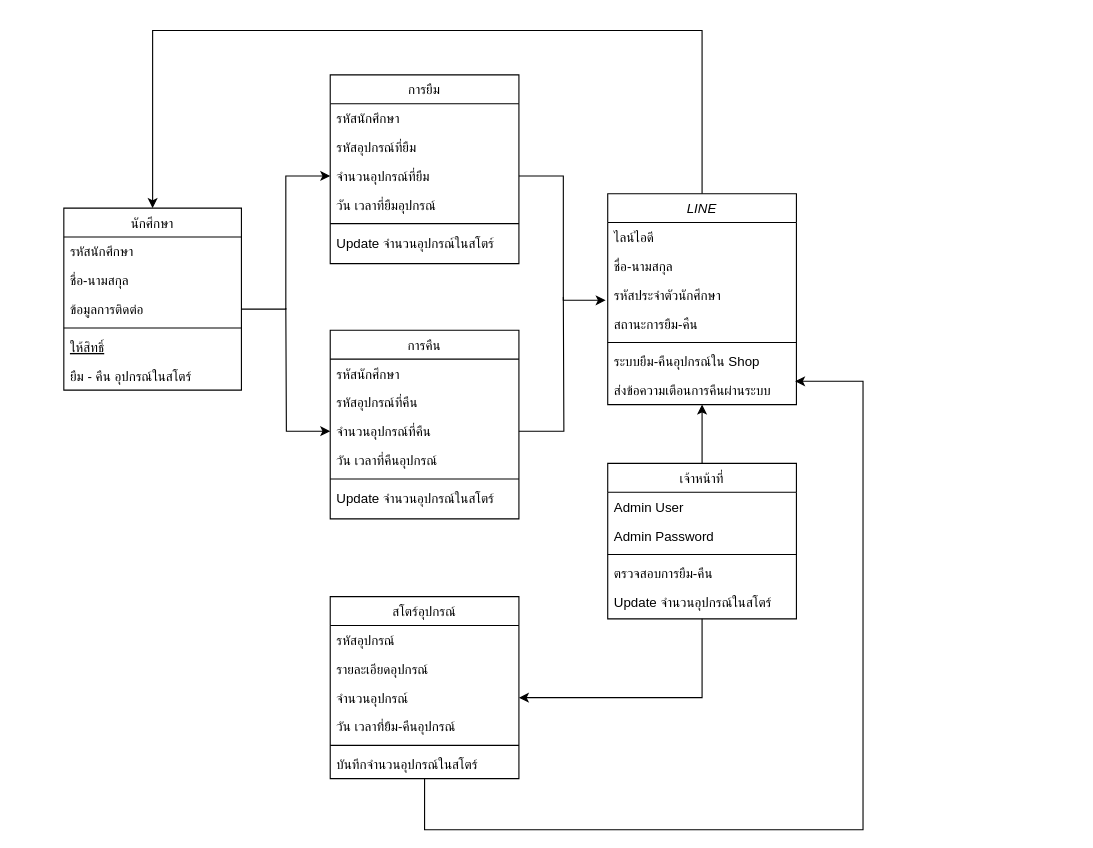
Before: page "Class" (2 of 5) of UML_SE.drawio in oak072544/Draw_io, a draw.io diagram. Source tidied: cells renumbered, new cells numbered last; positions are measured from the earlier drawing's top-left corner, leaving out a move shared by most shapes. Both pictures are drawn from the tidied source at 111%, with x=0, y=0 at pixel (63, 30).
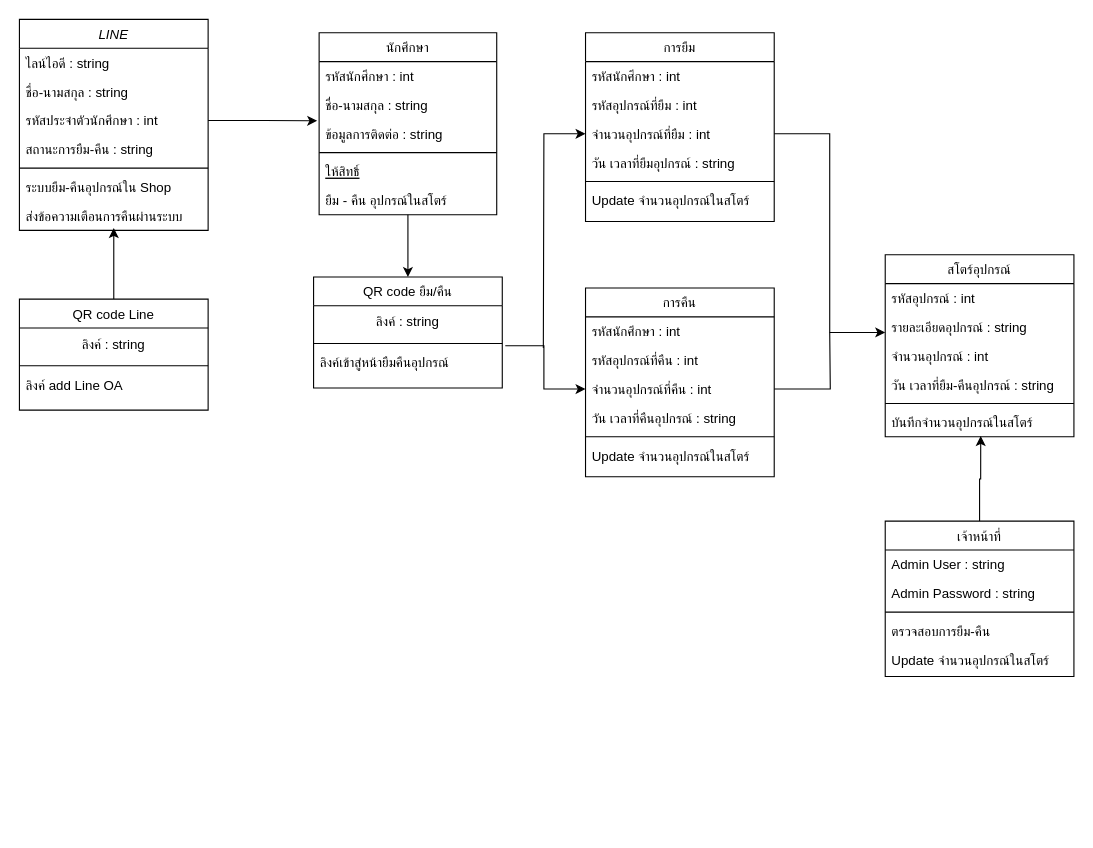
Above is the later version.

Unchanged cells that the change refers to:
```xml
<mxCell id="10" value="ส่งข้อความเตือนการคืนผ่านระบบ" style="text;align=left;verticalAlign=top;spacingLeft=4;spacingRight=4;overflow=hidden;points=[[0,0.5],[1,0.5]];portConstraint=eastwest;" parent="3" vertex="1">
  <mxGeometry y="164" width="170" height="26" as="geometry" />
</mxCell>
<mxCell id="33" value="บันทึกจำนวนอุปกรณ์ในสโตร์" style="text;align=left;verticalAlign=top;spacingLeft=4;spacingRight=4;overflow=hidden;points=[[0,0.5],[1,0.5]];portConstraint=eastwest;" parent="27" vertex="1">
  <mxGeometry y="138" width="170" height="26" as="geometry" />
</mxCell>
```

What changed in the source:
```diff
@@
-    <mxCell id="2" style="edgeStyle=orthogonalEdgeStyle;rounded=0;jumpStyle=none;jettySize=auto;html=1;exitX=0.5;exitY=0;exitDx=0;exitDy=0;entryX=0.5;entryY=0;entryDx=0;entryDy=0;startArrow=none;startFill=0;endArrow=classic;endFill=1;" parent="1" edge="1" source="3" target="11">
-      <mxGeometry relative="1" as="geometry">
-        <Array as="points">
-          <mxPoint x="575" />
-          <mxPoint x="80" />
-        </Array>
-      </mxGeometry>
-    </mxCell>
     <mxCell id="3" value="LINE" style="swimlane;fontStyle=2;align=center;verticalAlign=top;horizontal=1;startSize=26;rounded=0;shadow=0;strokeWidth=1;" parent="1" vertex="1">
-      <mxGeometry x="490" y="147" width="170" height="190" as="geometry" />
+      <mxGeometry x="-40" y="-10" width="170" height="190" as="geometry" />
     </mxCell>
-    <mxCell id="4" value="ไลน์ไอดี" style="text;align=left;verticalAlign=top;spacingLeft=4;spacingRight=4;overflow=hidden;rounded=0;shadow=0;html=0;" parent="3" vertex="1">
+    <mxCell id="4" value="ไลน์ไอดี : string" style="text;align=left;verticalAlign=top;spacingLeft=4;spacingRight=4;overflow=hidden;rounded=0;shadow=0;html=0;" parent="3" vertex="1">
       <mxGeometry y="26" width="170" height="26" as="geometry" />
     </mxCell>
-    <mxCell id="5" value="ชื่อ-นามสกุล" style="text;align=left;verticalAlign=top;spacingLeft=4;spacingRight=4;overflow=hidden;" parent="3" vertex="1">
+    <mxCell id="5" value="ชื่อ-นามสกุล : string" style="text;align=left;verticalAlign=top;spacingLeft=4;spacingRight=4;overflow=hidden;" parent="3" vertex="1">
       <mxGeometry y="52" width="170" height="26" as="geometry" />
     </mxCell>
-    <mxCell id="6" value="รหัสประจำตัวนักศึกษา" style="text;align=left;verticalAlign=top;spacingLeft=4;spacingRight=4;overflow=hidden;points=[[0,0.5],[1,0.5]];portConstraint=eastwest;rounded=0;shadow=0;html=0;" parent="3" vertex="1">
+    <mxCell id="6" value="รหัสประจำตัวนักศึกษา : int" style="text;align=left;verticalAlign=top;spacingLeft=4;spacingRight=4;overflow=hidden;points=[[0,0.5],[1,0.5]];portConstraint=eastwest;rounded=0;shadow=0;html=0;" parent="3" vertex="1">
       <mxGeometry y="78" width="170" height="26" as="geometry" />
     </mxCell>
-    <mxCell id="7" value="สถานะการยืม-คืน" style="text;align=left;verticalAlign=top;spacingLeft=4;spacingRight=4;overflow=hidden;rounded=0;shadow=0;html=0;" parent="3" vertex="1">
+    <mxCell id="7" value="สถานะการยืม-คืน : string" style="text;align=left;verticalAlign=top;spacingLeft=4;spacingRight=4;overflow=hidden;rounded=0;shadow=0;html=0;" parent="3" vertex="1">
       <mxGeometry y="104" width="170" height="26" as="geometry" />
     </mxCell>
@@
+    <mxCell id="52" style="edgeStyle=orthogonalEdgeStyle;rounded=0;jettySize=auto;html=1;entryX=0.5;entryY=0;entryDx=0;entryDy=0;" parent="1" edge="1" source="11" target="57">
+      <mxGeometry relative="1" as="geometry" />
+    </mxCell>
     <mxCell id="11" value="นักศึกษา" style="swimlane;fontStyle=0;align=center;verticalAlign=top;horizontal=1;startSize=26;rounded=0;shadow=0;strokeWidth=1;" parent="1" vertex="1">
-      <mxGeometry y="160" width="160" height="164" as="geometry" />
+      <mxGeometry x="230" y="2" width="160" height="164" as="geometry" />
     </mxCell>
-    <mxCell id="12" value="รหัสนักศึกษา" style="text;align=left;verticalAlign=top;spacingLeft=4;spacingRight=4;overflow=hidden;" parent="11" vertex="1">
+    <mxCell id="12" value="รหัสนักศึกษา : int" style="text;align=left;verticalAlign=top;spacingLeft=4;spacingRight=4;overflow=hidden;" parent="11" vertex="1">
       <mxGeometry y="26" width="160" height="26" as="geometry" />
     </mxCell>
-    <mxCell id="13" value="ชื่อ-นามสกุล" style="text;align=left;verticalAlign=top;spacingLeft=4;spacingRight=4;overflow=hidden;" parent="11" vertex="1">
+    <mxCell id="13" value="ชื่อ-นามสกุล : string" style="text;align=left;verticalAlign=top;spacingLeft=4;spacingRight=4;overflow=hidden;" parent="11" vertex="1">
       <mxGeometry y="52" width="160" height="26" as="geometry" />
     </mxCell>
-    <mxCell id="14" value="ข้อมูลการติดต่อ" style="text;align=left;verticalAlign=top;spacingLeft=4;spacingRight=4;overflow=hidden;points=[[0,0.5],[1,0.5]];portConstraint=eastwest;rounded=0;shadow=0;html=0;" parent="11" vertex="1">
+    <mxCell id="14" value="ข้อมูลการติดต่อ : string" style="text;align=left;verticalAlign=top;spacingLeft=4;spacingRight=4;overflow=hidden;points=[[0,0.5],[1,0.5]];portConstraint=eastwest;rounded=0;shadow=0;html=0;" parent="11" vertex="1">
       <mxGeometry y="78" width="160" height="26" as="geometry" />
     </mxCell>
@@
-    <mxCell id="18" style="edgeStyle=orthogonalEdgeStyle;rounded=0;jumpStyle=none;jettySize=auto;html=1;exitX=0.5;exitY=0;exitDx=0;exitDy=0;entryX=0.5;entryY=1;entryDx=0;entryDy=0;startArrow=none;startFill=0;endArrow=classic;endFill=1;" parent="1" edge="1" source="20" target="3">
-      <mxGeometry relative="1" as="geometry" />
-    </mxCell>
-    <mxCell id="19" style="edgeStyle=orthogonalEdgeStyle;rounded=0;jumpStyle=none;jettySize=auto;html=1;exitX=0.5;exitY=1;exitDx=0;exitDy=0;entryX=1;entryY=0.5;entryDx=0;entryDy=0;startArrow=none;startFill=0;endArrow=classic;endFill=1;" parent="1" edge="1" source="20" target="30">
-      <mxGeometry relative="1" as="geometry" />
-    </mxCell>
+    <mxCell id="53" style="edgeStyle=orthogonalEdgeStyle;rounded=0;jettySize=auto;html=1;entryX=0.506;entryY=0.977;entryDx=0;entryDy=0;entryPerimeter=0;startArrow=none;startFill=0;endArrow=classic;endFill=1;" parent="1" edge="1" source="20" target="33">
+      <mxGeometry relative="1" as="geometry" />
+    </mxCell>
     <mxCell id="20" value="เจ้าหน้าที่" style="swimlane;fontStyle=0;align=center;verticalAlign=top;horizontal=1;startSize=26;rounded=0;shadow=0;strokeWidth=1;" parent="1" vertex="1">
-      <mxGeometry x="490" y="390" width="170" height="140" as="geometry" />
+      <mxGeometry x="740" y="442" width="170" height="140" as="geometry" />
     </mxCell>
-    <mxCell id="21" value="Admin User" style="text;align=left;verticalAlign=top;spacingLeft=4;spacingRight=4;overflow=hidden;" parent="20" vertex="1">
+    <mxCell id="21" value="Admin User : string" style="text;align=left;verticalAlign=top;spacingLeft=4;spacingRight=4;overflow=hidden;" parent="20" vertex="1">
       <mxGeometry y="26" width="170" height="26" as="geometry" />
     </mxCell>
-    <mxCell id="22" value="Admin Password" style="text;align=left;verticalAlign=top;spacingLeft=4;spacingRight=4;overflow=hidden;" parent="20" vertex="1">
+    <mxCell id="22" value="Admin Password : string" style="text;align=left;verticalAlign=top;spacingLeft=4;spacingRight=4;overflow=hidden;" parent="20" vertex="1">
       <mxGeometry y="52" width="170" height="26" as="geometry" />
     </mxCell>
@@
-    <mxCell id="26" style="edgeStyle=orthogonalEdgeStyle;rounded=0;jumpStyle=none;jettySize=auto;html=1;exitX=0.5;exitY=1;exitDx=0;exitDy=0;startArrow=none;startFill=0;endArrow=classic;endFill=1;entryX=0.993;entryY=0.193;entryDx=0;entryDy=0;entryPerimeter=0;" parent="1" edge="1" source="27" target="10">
-      <mxGeometry relative="1" as="geometry">
-        <Array as="points">
-          <mxPoint x="325" y="720" />
-          <mxPoint x="720" y="720" />
-          <mxPoint x="720" y="316" />
-        </Array>
-      </mxGeometry>
-    </mxCell>
+    <mxCell id="54" style="edgeStyle=orthogonalEdgeStyle;rounded=0;jettySize=auto;html=1;startArrow=classic;startFill=1;endArrow=none;endFill=0;entryX=1;entryY=0.5;entryDx=0;entryDy=0;" parent="1" edge="1" source="27" target="37">
+      <mxGeometry relative="1" as="geometry">
+        <Array as="points">
+          <mxPoint x="690" y="272" />
+          <mxPoint x="690" y="93" />
+        </Array>
+      </mxGeometry>
+    </mxCell>
     <mxCell id="27" value="สโตร์อุปกรณ์" style="swimlane;fontStyle=0;align=center;verticalAlign=top;horizontal=1;startSize=26;rounded=0;shadow=0;strokeWidth=1;" parent="1" vertex="1">
-      <mxGeometry x="240" y="510" width="170" height="164" as="geometry" />
+      <mxGeometry x="740" y="202" width="170" height="164" as="geometry" />
     </mxCell>
-    <mxCell id="28" value="รหัสอุปกรณ์" style="text;align=left;verticalAlign=top;spacingLeft=4;spacingRight=4;overflow=hidden;" parent="27" vertex="1">
+    <mxCell id="28" value="รหัสอุปกรณ์ : int" style="text;align=left;verticalAlign=top;spacingLeft=4;spacingRight=4;overflow=hidden;" parent="27" vertex="1">
       <mxGeometry y="26" width="170" height="26" as="geometry" />
     </mxCell>
-    <mxCell id="29" value="รายละเอียดอุปกรณ์" style="text;align=left;verticalAlign=top;spacingLeft=4;spacingRight=4;overflow=hidden;" parent="27" vertex="1">
+    <mxCell id="29" value="รายละเอียดอุปกรณ์ : string" style="text;align=left;verticalAlign=top;spacingLeft=4;spacingRight=4;overflow=hidden;" parent="27" vertex="1">
       <mxGeometry y="52" width="170" height="26" as="geometry" />
     </mxCell>
-    <mxCell id="30" value="จำนวนอุปกรณ์" style="text;align=left;verticalAlign=top;spacingLeft=4;spacingRight=4;overflow=hidden;points=[[0,0.5],[1,0.5]];portConstraint=eastwest;rounded=0;shadow=0;html=0;" parent="27" vertex="1">
+    <mxCell id="30" value="จำนวนอุปกรณ์ : int" style="text;align=left;verticalAlign=top;spacingLeft=4;spacingRight=4;overflow=hidden;points=[[0,0.5],[1,0.5]];portConstraint=eastwest;rounded=0;shadow=0;html=0;" parent="27" vertex="1">
       <mxGeometry y="78" width="170" height="26" as="geometry" />
     </mxCell>
-    <mxCell id="31" value="วัน เวลาที่ยืม-คืนอุปกรณ์" style="text;align=left;verticalAlign=top;spacingLeft=4;spacingRight=4;overflow=hidden;rounded=0;shadow=0;html=0;" parent="27" vertex="1">
+    <mxCell id="31" value="วัน เวลาที่ยืม-คืนอุปกรณ์ : string" style="text;align=left;verticalAlign=top;spacingLeft=4;spacingRight=4;overflow=hidden;rounded=0;shadow=0;html=0;" parent="27" vertex="1">
       <mxGeometry y="104" width="170" height="26" as="geometry" />
     </mxCell>
@@
     <mxCell id="34" value="การยืม" style="swimlane;fontStyle=0;align=center;verticalAlign=top;horizontal=1;startSize=26;rounded=0;shadow=0;strokeWidth=1;" parent="1" vertex="1">
-      <mxGeometry x="240" y="40" width="170" height="170" as="geometry" />
+      <mxGeometry x="470" y="2" width="170" height="170" as="geometry" />
     </mxCell>
-    <mxCell id="35" value="รหัสนักศึกษา" style="text;align=left;verticalAlign=top;spacingLeft=4;spacingRight=4;overflow=hidden;" parent="34" vertex="1">
+    <mxCell id="35" value="รหัสนักศึกษา : int" style="text;align=left;verticalAlign=top;spacingLeft=4;spacingRight=4;overflow=hidden;" parent="34" vertex="1">
       <mxGeometry y="26" width="170" height="26" as="geometry" />
     </mxCell>
-    <mxCell id="36" value="รหัสอุปกรณ์ที่ยืม" style="text;align=left;verticalAlign=top;spacingLeft=4;spacingRight=4;overflow=hidden;rounded=0;shadow=0;html=0;" parent="34" vertex="1">
+    <mxCell id="36" value="รหัสอุปกรณ์ที่ยืม : int" style="text;align=left;verticalAlign=top;spacingLeft=4;spacingRight=4;overflow=hidden;rounded=0;shadow=0;html=0;" parent="34" vertex="1">
       <mxGeometry y="52" width="170" height="26" as="geometry" />
     </mxCell>
+    <mxCell id="55" style="edgeStyle=orthogonalEdgeStyle;rounded=0;jettySize=auto;html=1;endArrow=none;endFill=0;startArrow=classic;startFill=1;" parent="34" edge="1" source="37">
+      <mxGeometry relative="1" as="geometry">
+        <mxPoint x="-38" y="284" as="targetPoint" />
+      </mxGeometry>
+    </mxCell>
-    <mxCell id="37" value="จำนวนอุปกรณ์ที่ยืม" style="text;align=left;verticalAlign=top;spacingLeft=4;spacingRight=4;overflow=hidden;points=[[0,0.5],[1,0.5]];portConstraint=eastwest;rounded=0;shadow=0;html=0;" parent="34" vertex="1">
+    <mxCell id="37" value="จำนวนอุปกรณ์ที่ยืม : int" style="text;align=left;verticalAlign=top;spacingLeft=4;spacingRight=4;overflow=hidden;points=[[0,0.5],[1,0.5]];portConstraint=eastwest;rounded=0;shadow=0;html=0;" parent="34" vertex="1">
       <mxGeometry y="78" width="170" height="26" as="geometry" />
     </mxCell>
-    <mxCell id="38" value="วัน เวลาที่ยืมอุปกรณ์" style="text;align=left;verticalAlign=top;spacingLeft=4;spacingRight=4;overflow=hidden;rounded=0;shadow=0;html=0;" parent="34" vertex="1">
+    <mxCell id="38" value="วัน เวลาที่ยืมอุปกรณ์ : string" style="text;align=left;verticalAlign=top;spacingLeft=4;spacingRight=4;overflow=hidden;rounded=0;shadow=0;html=0;" parent="34" vertex="1">
       <mxGeometry y="104" width="170" height="26" as="geometry" />
     </mxCell>
@@
     <mxCell id="41" value="การคืน" style="swimlane;fontStyle=0;align=center;verticalAlign=top;horizontal=1;startSize=26;rounded=0;shadow=0;strokeWidth=1;" parent="1" vertex="1">
-      <mxGeometry x="240" y="270" width="170" height="170" as="geometry" />
+      <mxGeometry x="470" y="232" width="170" height="170" as="geometry" />
     </mxCell>
-    <mxCell id="42" value="รหัสนักศึกษา" style="text;align=left;verticalAlign=top;spacingLeft=4;spacingRight=4;overflow=hidden;" parent="41" vertex="1">
+    <mxCell id="42" value="รหัสนักศึกษา : int" style="text;align=left;verticalAlign=top;spacingLeft=4;spacingRight=4;overflow=hidden;" parent="41" vertex="1">
       <mxGeometry y="26" width="170" height="26" as="geometry" />
     </mxCell>
-    <mxCell id="43" value="รหัสอุปกรณ์ที่คืน" style="text;align=left;verticalAlign=top;spacingLeft=4;spacingRight=4;overflow=hidden;rounded=0;shadow=0;html=0;" parent="41" vertex="1">
+    <mxCell id="43" value="รหัสอุปกรณ์ที่คืน : int" style="text;align=left;verticalAlign=top;spacingLeft=4;spacingRight=4;overflow=hidden;rounded=0;shadow=0;html=0;" parent="41" vertex="1">
       <mxGeometry y="52" width="170" height="26" as="geometry" />
     </mxCell>
-    <mxCell id="44" style="edgeStyle=orthogonalEdgeStyle;rounded=0;jumpStyle=none;jettySize=auto;html=1;startArrow=classic;startFill=1;endArrow=none;endFill=0;" parent="41" edge="1" source="46">
-      <mxGeometry relative="1" as="geometry">
-        <mxPoint x="-40" y="-20" as="targetPoint" />
-      </mxGeometry>
-    </mxCell>
-    <mxCell id="45" style="edgeStyle=orthogonalEdgeStyle;rounded=0;jumpStyle=none;jettySize=auto;html=1;startArrow=none;startFill=0;endArrow=none;endFill=0;" parent="41" edge="1" source="46">
-      <mxGeometry relative="1" as="geometry">
-        <mxPoint x="210" y="-30" as="targetPoint" />
-      </mxGeometry>
-    </mxCell>
+    <mxCell id="56" style="edgeStyle=orthogonalEdgeStyle;rounded=0;jettySize=auto;html=1;startArrow=none;startFill=0;endArrow=none;endFill=0;" parent="41" edge="1" source="46">
+      <mxGeometry relative="1" as="geometry">
+        <mxPoint x="220" y="40" as="targetPoint" />
+      </mxGeometry>
+    </mxCell>
-    <mxCell id="46" value="จำนวนอุปกรณ์ที่คืน" style="text;align=left;verticalAlign=top;spacingLeft=4;spacingRight=4;overflow=hidden;points=[[0,0.5],[1,0.5]];portConstraint=eastwest;rounded=0;shadow=0;html=0;" parent="41" vertex="1">
+    <mxCell id="46" value="จำนวนอุปกรณ์ที่คืน : int" style="text;align=left;verticalAlign=top;spacingLeft=4;spacingRight=4;overflow=hidden;points=[[0,0.5],[1,0.5]];portConstraint=eastwest;rounded=0;shadow=0;html=0;" parent="41" vertex="1">
       <mxGeometry y="78" width="170" height="26" as="geometry" />
     </mxCell>
-    <mxCell id="47" value="วัน เวลาที่คืนอุปกรณ์" style="text;align=left;verticalAlign=top;spacingLeft=4;spacingRight=4;overflow=hidden;rounded=0;shadow=0;html=0;" parent="41" vertex="1">
+    <mxCell id="47" value="วัน เวลาที่คืนอุปกรณ์ : string" style="text;align=left;verticalAlign=top;spacingLeft=4;spacingRight=4;overflow=hidden;rounded=0;shadow=0;html=0;" parent="41" vertex="1">
       <mxGeometry y="104" width="170" height="26" as="geometry" />
     </mxCell>
@@
-    <mxCell id="50" style="edgeStyle=orthogonalEdgeStyle;rounded=0;jumpStyle=none;jettySize=auto;html=1;startArrow=none;startFill=0;endArrow=classic;endFill=1;entryX=0;entryY=0.5;entryDx=0;entryDy=0;" parent="1" edge="1" source="14" target="37">
-      <mxGeometry relative="1" as="geometry" />
-    </mxCell>
-    <mxCell id="51" style="edgeStyle=orthogonalEdgeStyle;rounded=0;jumpStyle=none;jettySize=auto;html=1;entryX=-0.011;entryY=0.694;entryDx=0;entryDy=0;entryPerimeter=0;startArrow=none;startFill=0;endArrow=classic;endFill=1;" parent="1" edge="1" source="37" target="6">
-      <mxGeometry relative="1" as="geometry" />
-    </mxCell>
+    <mxCell id="57" value="QR code ยืม/คืน" style="swimlane;fontStyle=0;align=center;verticalAlign=top;horizontal=1;startSize=26;rounded=0;shadow=0;strokeWidth=1;" parent="1" vertex="1">
+      <mxGeometry x="225" y="222" width="170" height="100" as="geometry" />
+    </mxCell>
+    <mxCell id="58" value="ลิงค์ : string" style="text;html=1;strokeColor=none;fillColor=none;align=center;verticalAlign=middle;whiteSpace=wrap;rounded=0;" parent="57" vertex="1">
+      <mxGeometry y="26" width="170" height="30" as="geometry" />
+    </mxCell>
+    <mxCell id="59" style="line;html=1;strokeWidth=1;align=left;verticalAlign=middle;spacingTop=-1;spacingLeft=3;spacingRight=3;labelPosition=right;" parent="57" vertex="1">
+      <mxGeometry y="56" width="170" height="8" as="geometry" />
+    </mxCell>
+    <mxCell id="60" value="ลิงค์เข้าสู่หน้ายืมคืนอุปกรณ์" style="text;align=left;verticalAlign=top;spacingLeft=4;spacingRight=4;overflow=hidden;points=[[0,0.5],[1,0.5]];portConstraint=eastwest;" parent="57" vertex="1">
+      <mxGeometry y="64" width="170" height="26" as="geometry" />
+    </mxCell>
+    <mxCell id="44" style="edgeStyle=orthogonalEdgeStyle;rounded=0;jumpStyle=none;jettySize=auto;html=1;startArrow=classic;startFill=1;endArrow=none;endFill=0;entryX=1.016;entryY=-0.077;entryDx=0;entryDy=0;entryPerimeter=0;" parent="1" edge="1" source="46" target="60">
+      <mxGeometry relative="1" as="geometry" />
+    </mxCell>
+    <mxCell id="61" style="edgeStyle=orthogonalEdgeStyle;rounded=0;jettySize=auto;html=1;startArrow=none;startFill=0;endArrow=classic;endFill=1;entryX=-0.011;entryY=0.053;entryDx=0;entryDy=0;entryPerimeter=0;" parent="1" edge="1" source="6" target="14">
+      <mxGeometry relative="1" as="geometry" />
+    </mxCell>
+    <mxCell id="62" style="edgeStyle=orthogonalEdgeStyle;rounded=0;jettySize=auto;html=1;startArrow=none;startFill=0;endArrow=classic;endFill=1;" parent="1" edge="1" source="63">
+      <mxGeometry relative="1" as="geometry">
+        <mxPoint x="45" y="178" as="targetPoint" />
+      </mxGeometry>
+    </mxCell>
+    <mxCell id="63" value="QR code Line" style="swimlane;fontStyle=0;align=center;verticalAlign=top;horizontal=1;startSize=26;rounded=0;shadow=0;strokeWidth=1;" parent="1" vertex="1">
+      <mxGeometry x="-40" y="242" width="170" height="100" as="geometry" />
+    </mxCell>
+    <mxCell id="64" value="ลิงค์ : string" style="text;html=1;strokeColor=none;fillColor=none;align=center;verticalAlign=middle;whiteSpace=wrap;rounded=0;" parent="63" vertex="1">
+      <mxGeometry y="26" width="170" height="30" as="geometry" />
+    </mxCell>
+    <mxCell id="65" style="line;html=1;strokeWidth=1;align=left;verticalAlign=middle;spacingTop=-1;spacingLeft=3;spacingRight=3;labelPosition=right;" parent="63" vertex="1">
+      <mxGeometry y="56" width="170" height="8" as="geometry" />
+    </mxCell>
+    <mxCell id="66" value="ลิงค์ add Line OA" style="text;align=left;verticalAlign=top;spacingLeft=4;spacingRight=4;overflow=hidden;" parent="63" vertex="1">
+      <mxGeometry y="64" width="170" height="26" as="geometry" />
+    </mxCell>
```
